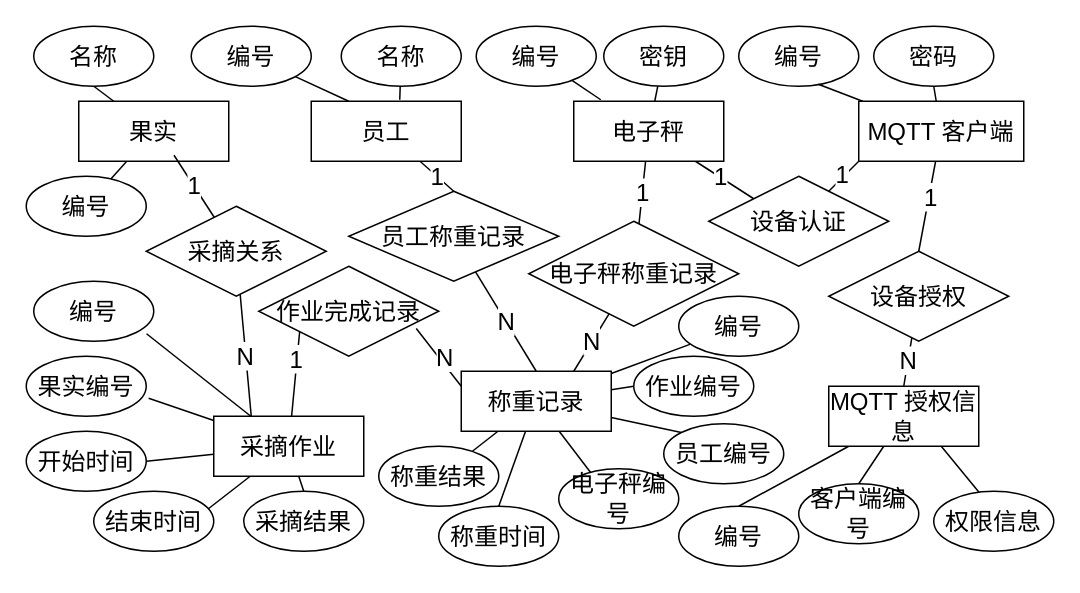
This is design/数据库设计-ER.dio from akynazh/aws, a draw.io file, before an edit. Source tidied: cells renumbered, new cells numbered last; positions are measured from the earlier drawing's top-left corner, leaving out a move shared by most shapes. Both pictures are drawn from the tidied source at 150%, with x=0, y=0 at pixel (26, 26).
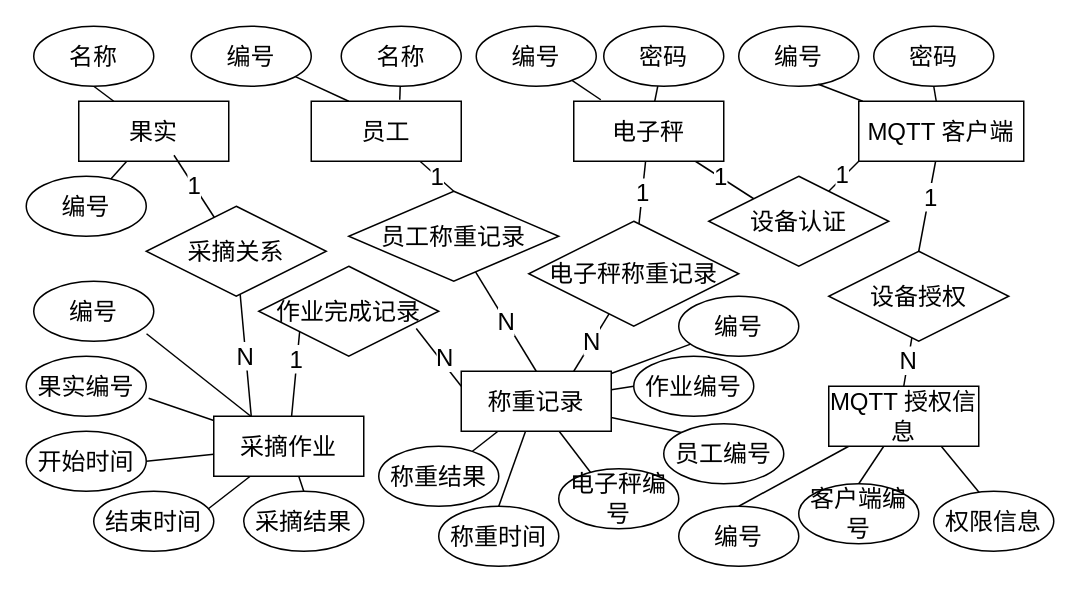
After the change.

The edit, as a diff of the source:
```diff
@@
-    <mxCell id="47" value="密钥" style="ellipse;whiteSpace=wrap;html=1;align=center;fontSize=16;fontFamily=Songti SC;" parent="1" vertex="1">
+    <mxCell id="47" value="密码" style="ellipse;whiteSpace=wrap;html=1;align=center;fontSize=16;fontFamily=Songti SC;" parent="1" vertex="1">
       <mxGeometry x="385" width="80" height="40" as="geometry" />
     </mxCell>
```
